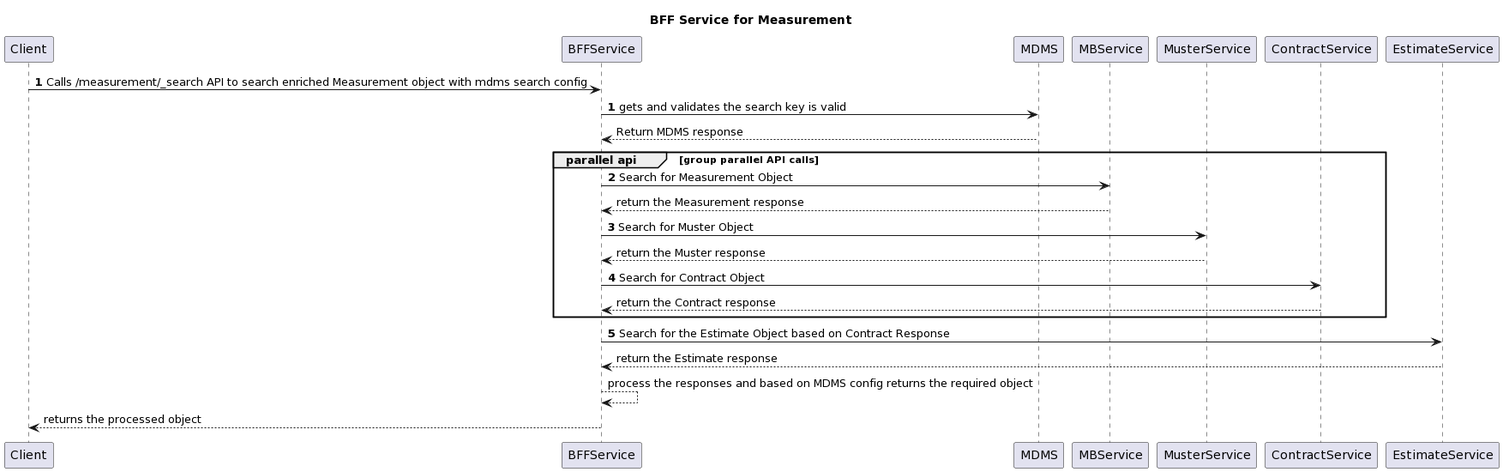
egovernments/DIGIT-Works keeps this PlantUML diagram as utilities/mukta-services/docs/flowdiagram.png. Above is the earlier version. Its diagram source:
```plantuml
@startuml
title BFF Service for Measurement

Client -> BFFService: **1** Calls /measurement/_search API to search enriched Measurement object with mdms search config

BFFService -> MDMS: **1** gets and validates the search key is valid
BFFService <-- MDMS:  Return MDMS response

group parallel api [group parallel API calls]
BFFService -> MBService: **2** Search for Measurement Object
MBService --> BFFService: return the Measurement response

BFFService -> MusterService: **3** Search for Muster Object
MusterService --> BFFService: return the Muster response

BFFService -> ContractService: **4** Search for Contract Object
ContractService --> BFFService: return the Contract response

end
BFFService -> EstimateService: **5** Search for the Estimate Object based on Contract Response
EstimateService --> BFFService: return the Estimate response

BFFService ---> BFFService: process the responses and based on MDMS config returns the required object
BFFService --> Client: returns the processed object
@enduml
```
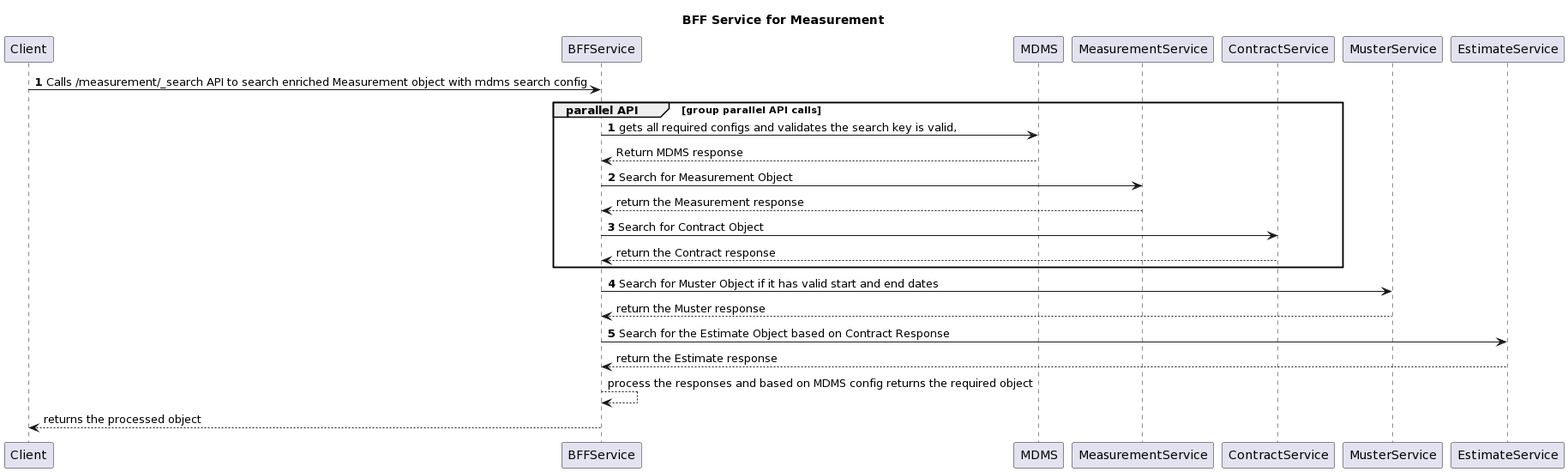
After the commit.

What changed in the source:
```diff
@@ -3,20 +3,23 @@
 
 Client -> BFFService: **1** Calls /measurement/_search API to search enriched Measurement object with mdms search config
 
-BFFService -> MDMS: **1** gets and validates the search key is valid
+group parallel API [group parallel API calls]
+
+BFFService -> MDMS: **1** gets all required configs and validates the search key is valid,
 BFFService <-- MDMS:  Return MDMS response
 
-group parallel api [group parallel API calls]
-BFFService -> MBService: **2** Search for Measurement Object
-MBService --> BFFService: return the Measurement response
+BFFService -> MeasurementService: **2** Search for Measurement Object
+MeasurementService --> BFFService: return the Measurement response
 
-BFFService -> MusterService: **3** Search for Muster Object
-MusterService --> BFFService: return the Muster response
-
-BFFService -> ContractService: **4** Search for Contract Object
+BFFService -> ContractService: **3** Search for Contract Object
 ContractService --> BFFService: return the Contract response
 
 end
+
+
+BFFService -> MusterService: **4** Search for Muster Object if it has valid start and end dates
+MusterService --> BFFService: return the Muster response
+
 BFFService -> EstimateService: **5** Search for the Estimate Object based on Contract Response
 EstimateService --> BFFService: return the Estimate response
 
```
